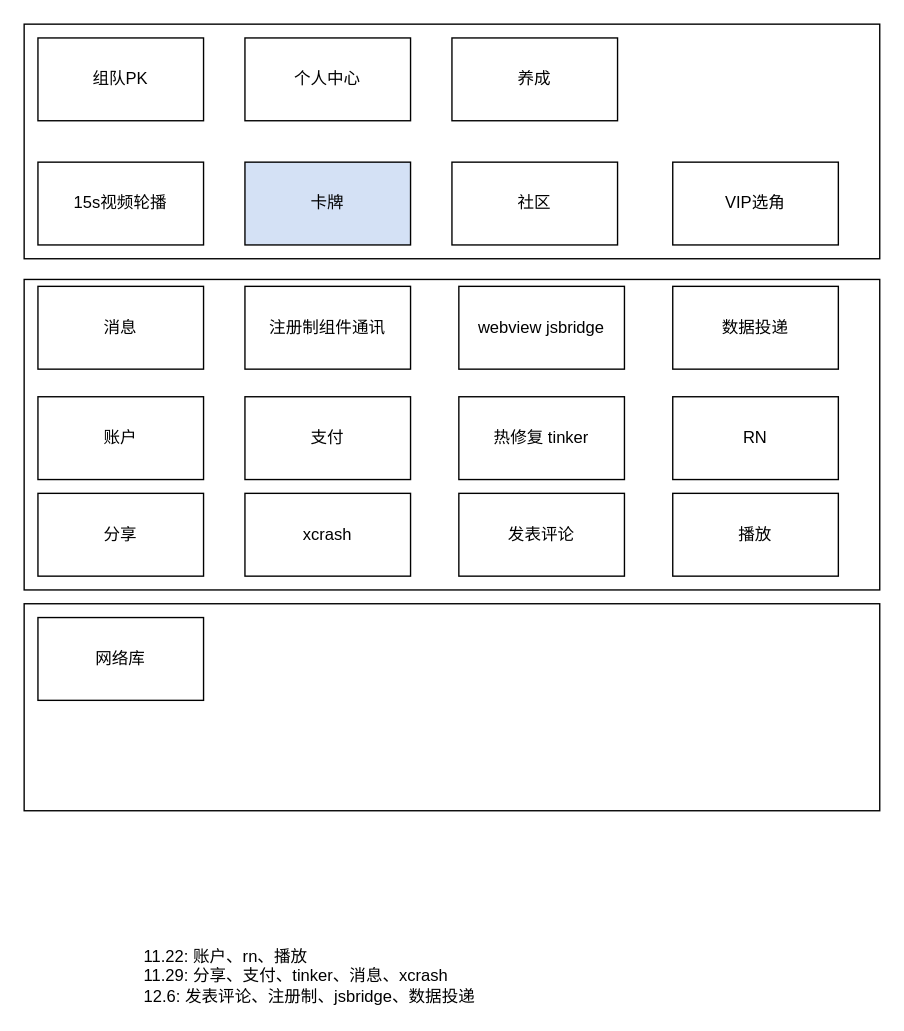
This is 青春有你.drawio from loc1129/uml, a draw.io file, before an edit. Source tidied: cells renumbered, new cells numbered last; positions are measured from the earlier drawing's top-left corner, leaving out a move shared by most shapes. Both pictures are drawn from the tidied source at 138%, with x=0, y=0 at pixel (23, 23).
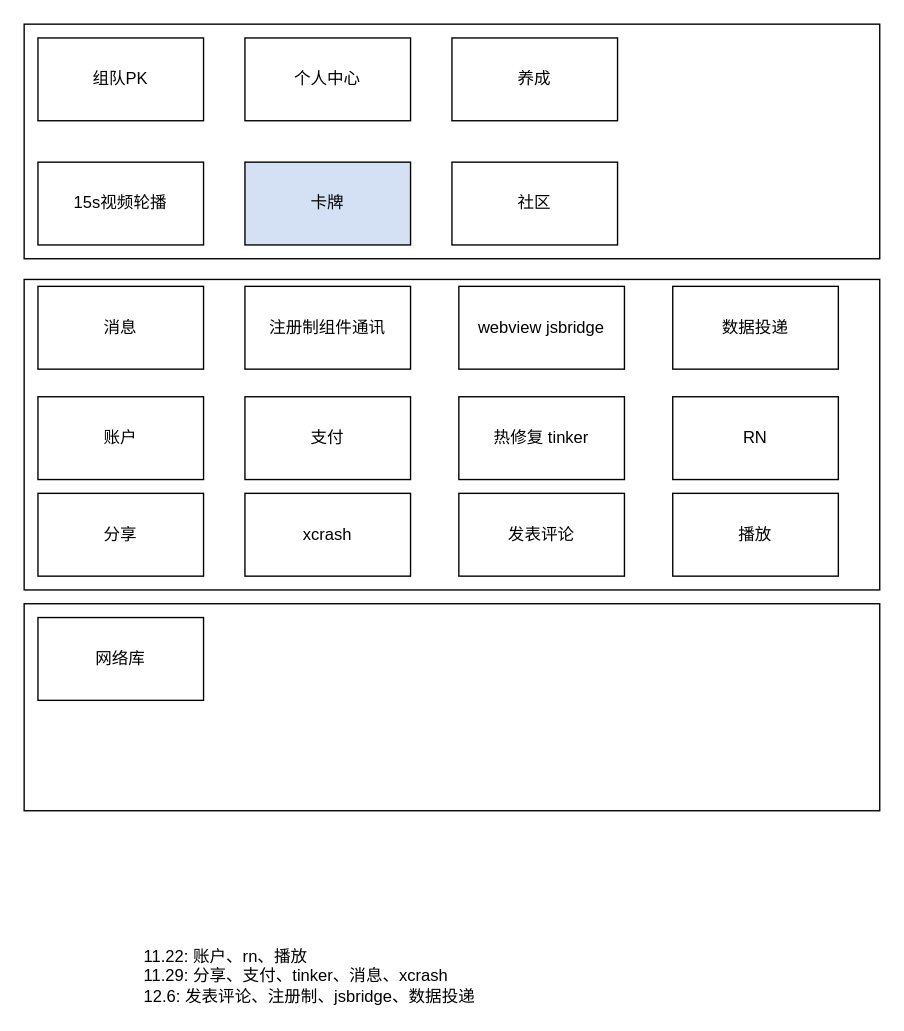
After the change.

Commit message:
更新青春有你.drawio

What changed in the source:
```diff
@@
-    <mxCell id="14" value="VIP选角" style="rounded=0;whiteSpace=wrap;html=1;" parent="1" vertex="1">
-      <mxGeometry x="470" y="100" width="120" height="60" as="geometry" />
-    </mxCell>
```
